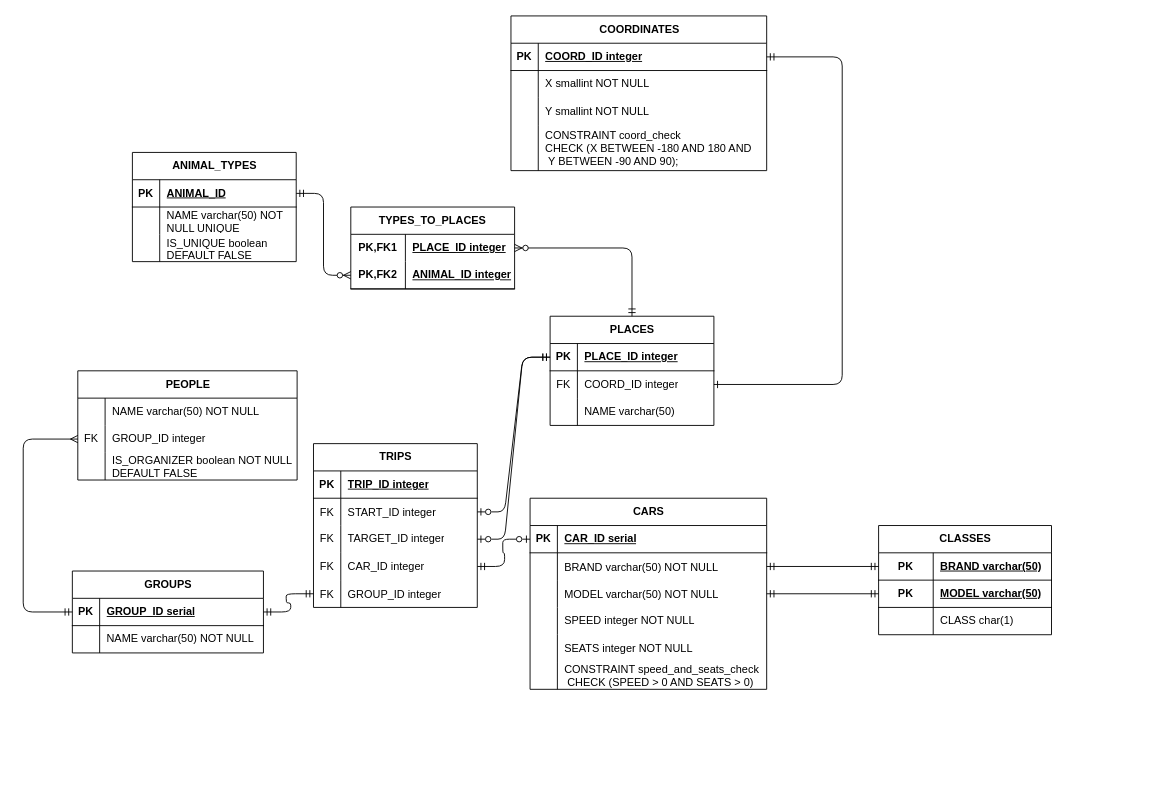
This is lab3/NewModel.drawio from Xaabibas/Databases, a draw.io file, before an edit. Source tidied: cells renumbered, new cells numbered last; positions are measured from the earlier drawing's top-left corner, leaving out a move shared by most shapes. Both pictures are drawn from the tidied source at 91%, with x=0, y=0 at pixel (23, 15).
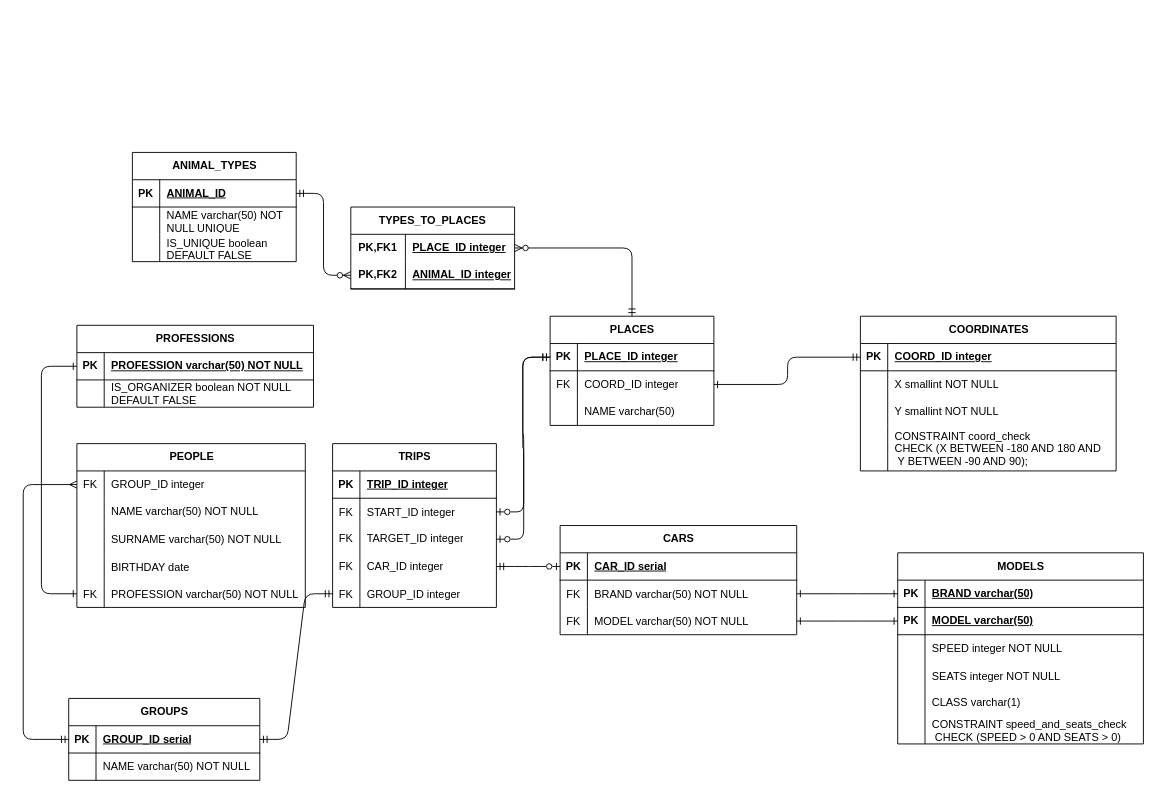
After the change.

The change refers to these unchanged cells:
```xml
<mxCell id="6" style="shape=tableRow;horizontal=0;startSize=0;swimlaneHead=0;swimlaneBody=0;fillColor=none;points=[[0,0.5],[1,0.5]];portConstraint=eastwest;top=0;left=0;right=0;bottom=0;" parent="2" vertex="1">
  <mxGeometry y="60" width="180" height="30" as="geometry" />
</mxCell>
<mxCell id="22" style="shape=tableRow;horizontal=0;startSize=0;swimlaneHead=0;swimlaneBody=0;fillColor=none;points=[[0,0.5],[1,0.5]];portConstraint=eastwest;top=0;left=0;right=0;bottom=0;" parent="18" vertex="1">
  <mxGeometry y="60" width="260" height="30" as="geometry" />
</mxCell>
<mxCell id="25" style="shape=tableRow;horizontal=0;startSize=0;swimlaneHead=0;swimlaneBody=0;fillColor=none;points=[[0,0.5],[1,0.5]];portConstraint=eastwest;top=0;left=0;right=0;bottom=0;" parent="18" vertex="1">
  <mxGeometry y="90" width="260" height="30" as="geometry" />
</mxCell>
<mxCell id="38" style="shape=tableRow;horizontal=0;startSize=0;swimlaneHead=0;swimlaneBody=0;fillColor=none;points=[[0,0.5],[1,0.5]];portConstraint=eastwest;top=0;left=0;right=0;bottom=1;" parent="37" vertex="1">
  <mxGeometry y="30" width="180" height="30" as="geometry" />
</mxCell>
<mxCell id="41" style="shape=tableRow;horizontal=0;startSize=0;swimlaneHead=0;swimlaneBody=0;fillColor=none;points=[[0,0.5],[1,0.5]];portConstraint=eastwest;top=0;left=0;right=0;bottom=0;" parent="37" vertex="1">
  <mxGeometry y="60" width="180" height="30" as="geometry" />
</mxCell>
<mxCell id="48" style="shape=tableRow;horizontal=0;startSize=0;swimlaneHead=0;swimlaneBody=0;fillColor=none;points=[[0,0.5],[1,0.5]];portConstraint=eastwest;top=0;left=0;right=0;bottom=1;" parent="47" vertex="1">
  <mxGeometry y="30" width="281" height="30" as="geometry" />
</mxCell>
```

Change to the diagram source:
```diff
@@
     <mxCell id="2" value="TRIPS" style="shape=table;startSize=30;childLayout=tableLayout;rowLines=0;fontStyle=1;align=center;html=1;" parent="1" vertex="1">
-      <mxGeometry x="319" y="470" width="180" height="180" as="geometry" />
+      <mxGeometry x="340" y="470" width="180" height="180" as="geometry" />
     </mxCell>
@@
     <mxCell id="18" value="CARS" style="shape=table;startSize=30;childLayout=tableLayout;rowLines=0;fontStyle=1;align=center;html=1;" parent="1" vertex="1">
-      <mxGeometry x="557" y="530" width="260" height="210" as="geometry" />
+      <mxGeometry x="590" y="560" width="260" height="120" as="geometry" />
     </mxCell>
@@
-    <mxCell id="23" style="shape=partialRectangle;fillColor=none;top=0;left=0;bottom=0;right=0;overflow=hidden;" parent="22" vertex="1">
+    <mxCell id="23" value="FK" style="shape=partialRectangle;fillColor=none;top=0;left=0;bottom=0;right=0;overflow=hidden;" parent="22" vertex="1">
       <mxGeometry width="30" height="30" as="geometry" />
     </mxCell>
@@
-    <mxCell id="26" style="shape=partialRectangle;fillColor=none;top=0;left=0;bottom=0;right=0;overflow=hidden;" parent="25" vertex="1">
+    <mxCell id="26" value="FK" style="shape=partialRectangle;fillColor=none;top=0;left=0;bottom=0;right=0;overflow=hidden;" parent="25" vertex="1">
       <mxGeometry width="30" height="30" as="geometry" />
     </mxCell>
@@
-    <mxCell id="28" style="shape=tableRow;horizontal=0;startSize=0;swimlaneHead=0;swimlaneBody=0;fillColor=none;top=0;left=0;right=0;bottom=0;" parent="18" vertex="1">
-      <mxGeometry y="120" width="260" height="30" as="geometry" />
-    </mxCell>
-    <mxCell id="29" style="shape=partialRectangle;fillColor=none;top=0;left=0;bottom=0;right=0;overflow=hidden;whiteSpace=wrap;html=1;" parent="28" vertex="1">
-      <mxGeometry width="30" height="30" as="geometry" />
-    </mxCell>
-    <mxCell id="30" value="SPEED integer NOT NULL" style="shape=partialRectangle;fillColor=none;top=0;left=0;bottom=0;right=0;align=left;spacingLeft=6;overflow=hidden;whiteSpace=wrap;html=1;" parent="28" vertex="1">
-      <mxGeometry x="30" width="230" height="30" as="geometry" />
-    </mxCell>
-    <mxCell id="31" style="shape=tableRow;horizontal=0;startSize=0;swimlaneHead=0;swimlaneBody=0;fillColor=none;top=0;left=0;right=0;bottom=0;" parent="18" vertex="1">
-      <mxGeometry y="150" width="260" height="30" as="geometry" />
-    </mxCell>
-    <mxCell id="32" style="shape=partialRectangle;fillColor=none;top=0;left=0;bottom=0;right=0;overflow=hidden;" parent="31" vertex="1">
-      <mxGeometry width="30" height="30" as="geometry" />
-    </mxCell>
-    <mxCell id="33" value="SEATS integer NOT NULL " style="shape=partialRectangle;fillColor=none;top=0;left=0;bottom=0;right=0;align=left;spacingLeft=6;overflow=hidden;" parent="31" vertex="1">
-      <mxGeometry x="30" width="230" height="30" as="geometry" />
-    </mxCell>
-    <mxCell id="34" style="shape=tableRow;horizontal=0;startSize=0;swimlaneHead=0;swimlaneBody=0;fillColor=none;top=0;left=0;right=0;bottom=0;" parent="18" vertex="1">
-      <mxGeometry y="180" width="260" height="30" as="geometry" />
-    </mxCell>
-    <mxCell id="35" style="shape=partialRectangle;fillColor=none;top=0;left=0;bottom=0;right=0;overflow=hidden;" parent="34" vertex="1">
-      <mxGeometry width="30" height="30" as="geometry" />
-    </mxCell>
-    <mxCell id="36" value="CONSTRAINT speed_and_seats_check&#10; CHECK (SPEED &gt; 0 AND SEATS &gt; 0)" style="shape=partialRectangle;fillColor=none;top=0;left=0;bottom=0;right=0;align=left;spacingLeft=6;overflow=hidden;fontFamily=Helvetica;" parent="34" vertex="1">
-      <mxGeometry x="30" width="230" height="30" as="geometry" />
-    </mxCell>
@@
     <mxCell id="47" value="COORDINATES" style="shape=table;startSize=30;childLayout=tableLayout;rowLines=0;fontStyle=1;align=center;html=1;" parent="1" vertex="1">
-      <mxGeometry x="536" width="281" height="170" as="geometry" />
+      <mxGeometry x="920" y="330" width="281" height="170" as="geometry" />
     </mxCell>
@@
     <mxCell id="60" value="GROUPS" style="shape=table;startSize=30;childLayout=tableLayout;rowLines=0;fontStyle=1;align=center;html=1;" parent="1" vertex="1">
-      <mxGeometry x="54" y="610" width="210" height="90" as="geometry" />
+      <mxGeometry x="50" y="750" width="210" height="90" as="geometry" />
     </mxCell>
@@
-    <mxCell id="86" style="edgeStyle=elbowEdgeStyle;fontSize=12;html=1;endArrow=ERmandOne;rounded=1;exitX=1;exitY=0.5;exitDx=0;exitDy=0;entryX=1;entryY=0.5;entryDx=0;entryDy=0;startArrow=ERone;startFill=0;" parent="1" edge="1" source="41" target="48">
+    <mxCell id="86" style="edgeStyle=elbowEdgeStyle;fontSize=12;html=1;endArrow=ERmandOne;rounded=1;exitX=1;exitY=0.5;exitDx=0;exitDy=0;entryX=0;entryY=0.5;entryDx=0;entryDy=0;startArrow=ERone;startFill=0;" parent="1" edge="1" source="41" target="48">
       <mxGeometry relative="1" as="geometry">
         <Array as="points">
-          <mxPoint x="900" y="620" />
+          <mxPoint x="840" y="390" />
         </Array>
       </mxGeometry>
     </mxCell>
@@
-    <mxCell id="91" value="CLASSES" style="shape=table;startSize=30;childLayout=tableLayout;rowLines=0;fontStyle=1;align=center;html=1;" parent="1" vertex="1">
-      <mxGeometry x="940" y="560" width="190" height="120" as="geometry" />
-    </mxCell>
-    <mxCell id="92" style="shape=tableRow;horizontal=0;startSize=0;swimlaneHead=0;swimlaneBody=0;fillColor=none;points=[[0,0.5],[1,0.5]];portConstraint=eastwest;top=0;left=0;right=0;bottom=1;" parent="91" vertex="1">
-      <mxGeometry y="30" width="190" height="30" as="geometry" />
-    </mxCell>
-    <mxCell id="93" value="PK" style="shape=partialRectangle;fillColor=none;top=0;left=0;bottom=0;right=0;fontStyle=1;overflow=hidden;whiteSpace=wrap;html=1;" parent="92" vertex="1">
-      <mxGeometry width="60" height="30" as="geometry" />
-    </mxCell>
-    <mxCell id="94" value="BRAND varchar(50)" style="shape=partialRectangle;fillColor=none;top=0;left=0;bottom=0;right=0;align=left;spacingLeft=6;fontStyle=5;overflow=hidden;whiteSpace=wrap;html=1;" parent="92" vertex="1">
-      <mxGeometry x="60" width="130" height="30" as="geometry" />
-    </mxCell>
-    <mxCell id="95" style="shape=tableRow;horizontal=0;startSize=0;swimlaneHead=0;swimlaneBody=0;fillColor=none;points=[[0,0.5],[1,0.5]];portConstraint=eastwest;top=0;left=0;right=0;bottom=1;" parent="91" vertex="1">
-      <mxGeometry y="60" width="190" height="30" as="geometry" />
-    </mxCell>
-    <mxCell id="96" value="PK" style="shape=partialRectangle;fillColor=none;top=0;left=0;bottom=0;right=0;fontStyle=1;overflow=hidden;whiteSpace=wrap;html=1;" parent="95" vertex="1">
-      <mxGeometry width="60" height="30" as="geometry" />
-    </mxCell>
-    <mxCell id="97" value="MODEL varchar(50)" style="shape=partialRectangle;fillColor=none;top=0;left=0;bottom=0;right=0;align=left;spacingLeft=6;fontStyle=5;overflow=hidden;whiteSpace=wrap;html=1;" parent="95" vertex="1">
-      <mxGeometry x="60" width="130" height="30" as="geometry" />
-    </mxCell>
-    <mxCell id="98" style="shape=tableRow;horizontal=0;startSize=0;swimlaneHead=0;swimlaneBody=0;fillColor=none;top=0;left=0;right=0;bottom=0;" parent="91" vertex="1">
-      <mxGeometry y="90" width="190" height="30" as="geometry" />
-    </mxCell>
-    <mxCell id="99" style="shape=partialRectangle;fillColor=none;top=0;left=0;bottom=0;right=0;overflow=hidden;whiteSpace=wrap;html=1;" parent="98" vertex="1">
-      <mxGeometry width="60" height="30" as="geometry" />
-    </mxCell>
-    <mxCell id="100" value="CLASS char(1)" style="shape=partialRectangle;fillColor=none;top=0;left=0;bottom=0;right=0;align=left;spacingLeft=6;overflow=hidden;whiteSpace=wrap;html=1;" parent="98" vertex="1">
-      <mxGeometry x="60" width="130" height="30" as="geometry" />
-    </mxCell>
-    <mxCell id="101" style="edgeStyle=orthogonalEdgeStyle;rounded=0;jettySize=auto;html=1;entryX=1;entryY=0.5;entryDx=0;entryDy=0;endArrow=ERmandOne;startFill=0;endFill=0;startArrow=ERmandOne;" parent="1" edge="1" source="92" target="22">
-      <mxGeometry relative="1" as="geometry" />
-    </mxCell>
-    <mxCell id="102" style="edgeStyle=orthogonalEdgeStyle;rounded=0;jettySize=auto;html=1;entryX=1;entryY=0.5;entryDx=0;entryDy=0;endArrow=ERmandOne;startFill=0;startArrow=ERmandOne;endFill=0;" parent="1" edge="1" source="95" target="25">
-      <mxGeometry relative="1" as="geometry" />
-    </mxCell>
     <mxCell id="103" value="PEOPLE" style="shape=table;startSize=30;childLayout=tableLayout;rowLines=0;fontStyle=1;align=center;html=1;" parent="1" vertex="1">
-      <mxGeometry x="60" y="390" width="241" height="120" as="geometry" />
+      <mxGeometry x="59" y="470" width="251" height="180" as="geometry" />
     </mxCell>
+    <mxCell id="107" style="shape=tableRow;horizontal=0;startSize=0;swimlaneHead=0;swimlaneBody=0;fillColor=none;points=[[0,0.5],[1,0.5]];portConstraint=eastwest;top=0;left=0;right=0;bottom=0;" parent="103" vertex="1">
+      <mxGeometry y="30" width="251" height="30" as="geometry" />
+    </mxCell>
+    <mxCell id="108" value="FK" style="shape=partialRectangle;fillColor=none;top=0;left=0;bottom=0;right=0;overflow=hidden;whiteSpace=wrap;html=1;" parent="107" vertex="1">
+      <mxGeometry width="30" height="30" as="geometry" />
+    </mxCell>
+    <mxCell id="109" value="GROUP_ID integer" style="shape=partialRectangle;fillColor=none;top=0;left=0;bottom=0;right=0;align=left;spacingLeft=6;overflow=hidden;whiteSpace=wrap;html=1;" parent="107" vertex="1">
+      <mxGeometry x="30" width="221" height="30" as="geometry" />
+    </mxCell>
     <mxCell id="104" style="shape=tableRow;horizontal=0;startSize=0;swimlaneHead=0;swimlaneBody=0;fillColor=none;top=0;left=0;right=0;bottom=0;" parent="103" vertex="1">
-      <mxGeometry y="30" width="241" height="30" as="geometry" />
+      <mxGeometry y="60" width="251" height="30" as="geometry" />
     </mxCell>
@@
     <mxCell id="106" value="NAME varchar(50) NOT NULL" style="shape=partialRectangle;fillColor=none;top=0;left=0;bottom=0;right=0;align=left;spacingLeft=6;overflow=hidden;whiteSpace=wrap;html=1;" parent="104" vertex="1">
-      <mxGeometry x="30" width="211" height="30" as="geometry" />
+      <mxGeometry x="30" width="221" height="30" as="geometry" />
     </mxCell>
-    <mxCell id="107" style="shape=tableRow;horizontal=0;startSize=0;swimlaneHead=0;swimlaneBody=0;fillColor=none;points=[[0,0.5],[1,0.5]];portConstraint=eastwest;top=0;left=0;right=0;bottom=0;" parent="103" vertex="1">
-      <mxGeometry y="60" width="241" height="30" as="geometry" />
-    </mxCell>
-    <mxCell id="108" value="FK" style="shape=partialRectangle;fillColor=none;top=0;left=0;bottom=0;right=0;overflow=hidden;whiteSpace=wrap;html=1;" parent="107" vertex="1">
-      <mxGeometry width="30" height="30" as="geometry" />
-    </mxCell>
-    <mxCell id="109" value="GROUP_ID integer" style="shape=partialRectangle;fillColor=none;top=0;left=0;bottom=0;right=0;align=left;spacingLeft=6;overflow=hidden;whiteSpace=wrap;html=1;" parent="107" vertex="1">
-      <mxGeometry x="30" width="211" height="30" as="geometry" />
-    </mxCell>
+    <mxCell id="114" style="shape=tableRow;horizontal=0;startSize=0;swimlaneHead=0;swimlaneBody=0;fillColor=none;top=0;left=0;right=0;bottom=0;" parent="103" vertex="1">
+      <mxGeometry y="90" width="251" height="30" as="geometry" />
+    </mxCell>
+    <mxCell id="115" style="shape=partialRectangle;fillColor=none;top=0;left=0;bottom=0;right=0;overflow=hidden;" parent="114" vertex="1">
+      <mxGeometry width="30" height="30" as="geometry" />
+    </mxCell>
+    <mxCell id="116" value="SURNAME varchar(50) NOT NULL" style="shape=partialRectangle;fillColor=none;top=0;left=0;bottom=0;right=0;align=left;spacingLeft=6;overflow=hidden;" parent="114" vertex="1">
+      <mxGeometry x="30" width="221" height="30" as="geometry" />
+    </mxCell>
+    <mxCell id="117" style="shape=tableRow;horizontal=0;startSize=0;swimlaneHead=0;swimlaneBody=0;fillColor=none;top=0;left=0;right=0;bottom=0;" parent="103" vertex="1">
+      <mxGeometry y="120" width="251" height="30" as="geometry" />
+    </mxCell>
+    <mxCell id="118" style="shape=partialRectangle;fillColor=none;top=0;left=0;bottom=0;right=0;overflow=hidden;" parent="117" vertex="1">
+      <mxGeometry width="30" height="30" as="geometry" />
+    </mxCell>
+    <mxCell id="119" value="BIRTHDAY date" style="shape=partialRectangle;fillColor=none;top=0;left=0;bottom=0;right=0;align=left;spacingLeft=6;overflow=hidden;" parent="117" vertex="1">
+      <mxGeometry x="30" width="221" height="30" as="geometry" />
+    </mxCell>
+    <mxCell id="120" style="shape=tableRow;horizontal=0;startSize=0;swimlaneHead=0;swimlaneBody=0;fillColor=none;points=[[0,0.5],[1,0.5]];portConstraint=eastwest;top=0;left=0;right=0;bottom=0;" parent="103" vertex="1">
+      <mxGeometry y="150" width="251" height="30" as="geometry" />
+    </mxCell>
+    <mxCell id="121" value="FK" style="shape=partialRectangle;fillColor=none;top=0;left=0;bottom=0;right=0;overflow=hidden;" parent="120" vertex="1">
+      <mxGeometry width="30" height="30" as="geometry" />
+    </mxCell>
+    <mxCell id="122" value="PROFESSION varchar(50) NOT NULL" style="shape=partialRectangle;fillColor=none;top=0;left=0;bottom=0;right=0;align=left;spacingLeft=6;overflow=hidden;" parent="120" vertex="1">
+      <mxGeometry x="30" width="221" height="30" as="geometry" />
+    </mxCell>
+    <mxCell id="113" style="edgeStyle=entityRelationEdgeStyle;fontSize=12;html=1;endArrow=ERmandOne;startArrow=ERzeroToOne;rounded=1;exitX=1;exitY=0.5;exitDx=0;exitDy=0;entryX=0;entryY=0.5;entryDx=0;entryDy=0;endFill=0;startFill=0;curved=0;" parent="1" edge="1" source="6" target="38">
+      <mxGeometry relative="1" as="geometry" />
+    </mxCell>
+    <mxCell id="123" value="MODELS" style="shape=table;startSize=30;childLayout=tableLayout;rowLines=0;fontStyle=1;align=center;html=1;" parent="1" vertex="1">
+      <mxGeometry x="961" y="590" width="270" height="210" as="geometry" />
+    </mxCell>
+    <mxCell id="124" style="shape=tableRow;horizontal=0;startSize=0;swimlaneHead=0;swimlaneBody=0;fillColor=none;points=[[0,0.5],[1,0.5]];portConstraint=eastwest;top=0;left=0;right=0;bottom=1;" parent="123" vertex="1">
+      <mxGeometry y="30" width="270" height="30" as="geometry" />
+    </mxCell>
+    <mxCell id="125" value="PK" style="shape=partialRectangle;fillColor=none;top=0;left=0;bottom=0;right=0;fontStyle=1;overflow=hidden;whiteSpace=wrap;html=1;" parent="124" vertex="1">
+      <mxGeometry width="30" height="30" as="geometry" />
+    </mxCell>
+    <mxCell id="94" value="BRAND varchar(50)" style="shape=partialRectangle;fillColor=none;top=0;left=0;bottom=0;right=0;align=left;spacingLeft=6;fontStyle=5;overflow=hidden;whiteSpace=wrap;html=1;" parent="124" vertex="1">
+      <mxGeometry x="30" width="240" height="30" as="geometry" />
+    </mxCell>
+    <mxCell id="126" style="shape=tableRow;horizontal=0;startSize=0;swimlaneHead=0;swimlaneBody=0;fillColor=none;points=[[0,0.5],[1,0.5]];portConstraint=eastwest;top=0;left=0;right=0;bottom=1;" parent="123" vertex="1">
+      <mxGeometry y="60" width="270" height="30" as="geometry" />
+    </mxCell>
+    <mxCell id="127" value="PK" style="shape=partialRectangle;fillColor=none;top=0;left=0;bottom=0;right=0;fontStyle=1;overflow=hidden;whiteSpace=wrap;html=1;" parent="126" vertex="1">
+      <mxGeometry width="30" height="30" as="geometry" />
+    </mxCell>
+    <mxCell id="97" value="MODEL varchar(50)" style="shape=partialRectangle;fillColor=none;top=0;left=0;bottom=0;right=0;align=left;spacingLeft=6;fontStyle=5;overflow=hidden;whiteSpace=wrap;html=1;" parent="126" vertex="1">
+      <mxGeometry x="30" width="240" height="30" as="geometry" />
+    </mxCell>
+    <mxCell id="28" style="shape=tableRow;horizontal=0;startSize=0;swimlaneHead=0;swimlaneBody=0;fillColor=none;top=0;left=0;right=0;bottom=0;" parent="123" vertex="1">
+      <mxGeometry y="90" width="270" height="30" as="geometry" />
+    </mxCell>
+    <mxCell id="29" style="shape=partialRectangle;fillColor=none;top=0;left=0;bottom=0;right=0;overflow=hidden;whiteSpace=wrap;html=1;" parent="28" vertex="1">
+      <mxGeometry width="30" height="30" as="geometry" />
+    </mxCell>
+    <mxCell id="30" value="SPEED integer NOT NULL" style="shape=partialRectangle;fillColor=none;top=0;left=0;bottom=0;right=0;align=left;spacingLeft=6;overflow=hidden;whiteSpace=wrap;html=1;" parent="28" vertex="1">
+      <mxGeometry x="30" width="240" height="30" as="geometry" />
+    </mxCell>
+    <mxCell id="31" style="shape=tableRow;horizontal=0;startSize=0;swimlaneHead=0;swimlaneBody=0;fillColor=none;top=0;left=0;right=0;bottom=0;" parent="123" vertex="1">
+      <mxGeometry y="120" width="270" height="30" as="geometry" />
+    </mxCell>
+    <mxCell id="32" style="shape=partialRectangle;fillColor=none;top=0;left=0;bottom=0;right=0;overflow=hidden;" parent="31" vertex="1">
+      <mxGeometry width="30" height="30" as="geometry" />
+    </mxCell>
+    <mxCell id="33" value="SEATS integer NOT NULL " style="shape=partialRectangle;fillColor=none;top=0;left=0;bottom=0;right=0;align=left;spacingLeft=6;overflow=hidden;" parent="31" vertex="1">
+      <mxGeometry x="30" width="240" height="30" as="geometry" />
+    </mxCell>
+    <mxCell id="128" style="shape=tableRow;horizontal=0;startSize=0;swimlaneHead=0;swimlaneBody=0;fillColor=none;top=0;left=0;right=0;bottom=0;" parent="123" vertex="1">
+      <mxGeometry y="150" width="270" height="30" as="geometry" />
+    </mxCell>
+    <mxCell id="129" style="shape=partialRectangle;fillColor=none;top=0;left=0;bottom=0;right=0;overflow=hidden;whiteSpace=wrap;html=1;" parent="128" vertex="1">
+      <mxGeometry width="30" height="30" as="geometry" />
+    </mxCell>
+    <mxCell id="130" value="CLASS varchar(1)" style="shape=partialRectangle;fillColor=none;top=0;left=0;bottom=0;right=0;align=left;spacingLeft=6;overflow=hidden;whiteSpace=wrap;html=1;" parent="128" vertex="1">
+      <mxGeometry x="30" width="240" height="30" as="geometry" />
+    </mxCell>
+    <mxCell id="34" style="shape=tableRow;horizontal=0;startSize=0;swimlaneHead=0;swimlaneBody=0;fillColor=none;top=0;left=0;right=0;bottom=0;" parent="123" vertex="1">
+      <mxGeometry y="180" width="270" height="30" as="geometry" />
+    </mxCell>
+    <mxCell id="35" style="shape=partialRectangle;fillColor=none;top=0;left=0;bottom=0;right=0;overflow=hidden;" parent="34" vertex="1">
+      <mxGeometry width="30" height="30" as="geometry" />
+    </mxCell>
+    <mxCell id="36" value="CONSTRAINT speed_and_seats_check&#10; CHECK (SPEED &gt; 0 AND SEATS &gt; 0)" style="shape=partialRectangle;fillColor=none;top=0;left=0;bottom=0;right=0;align=left;spacingLeft=6;overflow=hidden;fontFamily=Helvetica;" parent="34" vertex="1">
+      <mxGeometry x="30" width="240" height="30" as="geometry" />
+    </mxCell>
+    <mxCell id="131" style="edgeStyle=elbowEdgeStyle;rounded=1;jettySize=auto;html=1;entryX=0;entryY=0.5;entryDx=0;entryDy=0;curved=0;endArrow=ERone;endFill=0;startArrow=ERone;startFill=0;" parent="1" edge="1" source="22" target="124">
+      <mxGeometry relative="1" as="geometry" />
+    </mxCell>
+    <mxCell id="132" style="edgeStyle=elbowEdgeStyle;rounded=1;jettySize=auto;html=1;entryX=0;entryY=0.5;entryDx=0;entryDy=0;curved=0;endArrow=ERone;endFill=0;startArrow=ERone;startFill=0;" parent="1" edge="1" source="25" target="126">
+      <mxGeometry relative="1" as="geometry" />
+    </mxCell>
+    <mxCell id="133" value="PROFESSIONS" style="shape=table;startSize=30;childLayout=tableLayout;rowLines=0;fontStyle=1;align=center;html=1;" parent="1" vertex="1">
+      <mxGeometry x="59" y="340" width="260" height="90" as="geometry" />
+    </mxCell>
+    <mxCell id="134" style="shape=tableRow;horizontal=0;startSize=0;swimlaneHead=0;swimlaneBody=0;fillColor=none;points=[[0,0.5],[1,0.5]];portConstraint=eastwest;top=0;left=0;right=0;bottom=1;" parent="133" vertex="1">
+      <mxGeometry y="30" width="260" height="30" as="geometry" />
+    </mxCell>
+    <mxCell id="135" value="PK" style="shape=partialRectangle;fillColor=none;top=0;left=0;bottom=0;right=0;fontStyle=1;overflow=hidden;whiteSpace=wrap;html=1;" parent="134" vertex="1">
+      <mxGeometry width="30" height="30" as="geometry" />
+    </mxCell>
+    <mxCell id="136" value="PROFESSION varchar(50) NOT NULL" style="shape=partialRectangle;fillColor=none;top=0;left=0;bottom=0;right=0;align=left;spacingLeft=6;fontStyle=5;overflow=hidden;whiteSpace=wrap;html=1;" parent="134" vertex="1">
+      <mxGeometry x="30" width="230" height="30" as="geometry" />
+    </mxCell>
-    <mxCell id="110" style="shape=tableRow;horizontal=0;startSize=0;swimlaneHead=0;swimlaneBody=0;fillColor=none;top=0;left=0;right=0;bottom=0;" parent="103" vertex="1">
-      <mxGeometry y="90" width="241" height="30" as="geometry" />
+    <mxCell id="110" style="shape=tableRow;horizontal=0;startSize=0;swimlaneHead=0;swimlaneBody=0;fillColor=none;top=0;left=0;right=0;bottom=0;" parent="133" vertex="1">
+      <mxGeometry y="60" width="260" height="30" as="geometry" />
     </mxCell>
@@
     <mxCell id="112" value="IS_ORGANIZER boolean NOT NULL &#10;DEFAULT FALSE" style="shape=partialRectangle;fillColor=none;top=0;left=0;bottom=0;right=0;align=left;spacingLeft=6;overflow=hidden;" parent="110" vertex="1">
-      <mxGeometry x="30" width="211" height="30" as="geometry" />
+      <mxGeometry x="30" width="230" height="30" as="geometry" />
     </mxCell>
-    <mxCell id="113" style="edgeStyle=entityRelationEdgeStyle;fontSize=12;html=1;endArrow=ERmandOne;startArrow=ERzeroToOne;rounded=1;exitX=1;exitY=0.5;exitDx=0;exitDy=0;entryX=0;entryY=0.5;entryDx=0;entryDy=0;endFill=0;startFill=0;curved=0;" parent="1" edge="1" source="6" target="38">
-      <mxGeometry relative="1" as="geometry" />
-    </mxCell>
+    <mxCell id="137" style="edgeStyle=elbowEdgeStyle;rounded=1;jettySize=auto;html=1;entryX=0;entryY=0.5;entryDx=0;entryDy=0;exitX=0;exitY=0.5;exitDx=0;exitDy=0;startArrow=ERone;startFill=0;endArrow=ERone;endFill=0;" parent="1" edge="1" source="120" target="134">
+      <mxGeometry relative="1" as="geometry">
+        <Array as="points">
+          <mxPoint x="20" y="490" />
+        </Array>
+      </mxGeometry>
+    </mxCell>
```
